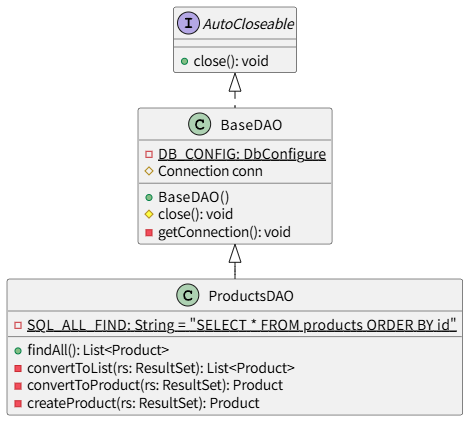
612-teacher001/jbasic-dao-demo keeps this PlantUML diagram as docs/tutorials/img/productdao.png. Above is the earlier version. Its source is kept beside it as docs/tutorials/dao/puml/productdao.puml.
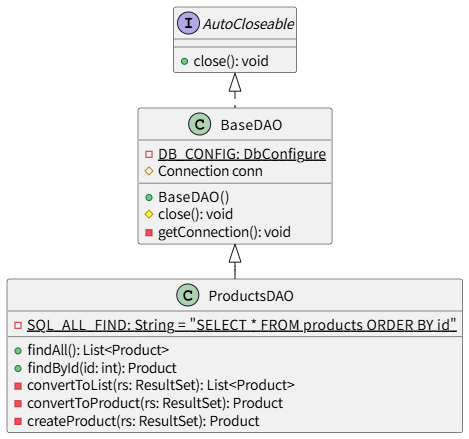
After the change.

Diff of the diagram source:
```diff
@@ -16,6 +16,7 @@
 class ProductsDAO {
   {static} -SQL_ALL_FIND: String = "SELECT * FROM products ORDER BY id"
   {method} +findAll(): List<Product>
+  {method} +findById(id: int): Product
   {method} -convertToList(rs: ResultSet): List<Product>
   {method} -convertToProduct(rs: ResultSet): Product
   {method} -createProduct(rs: ResultSet): Product
```
